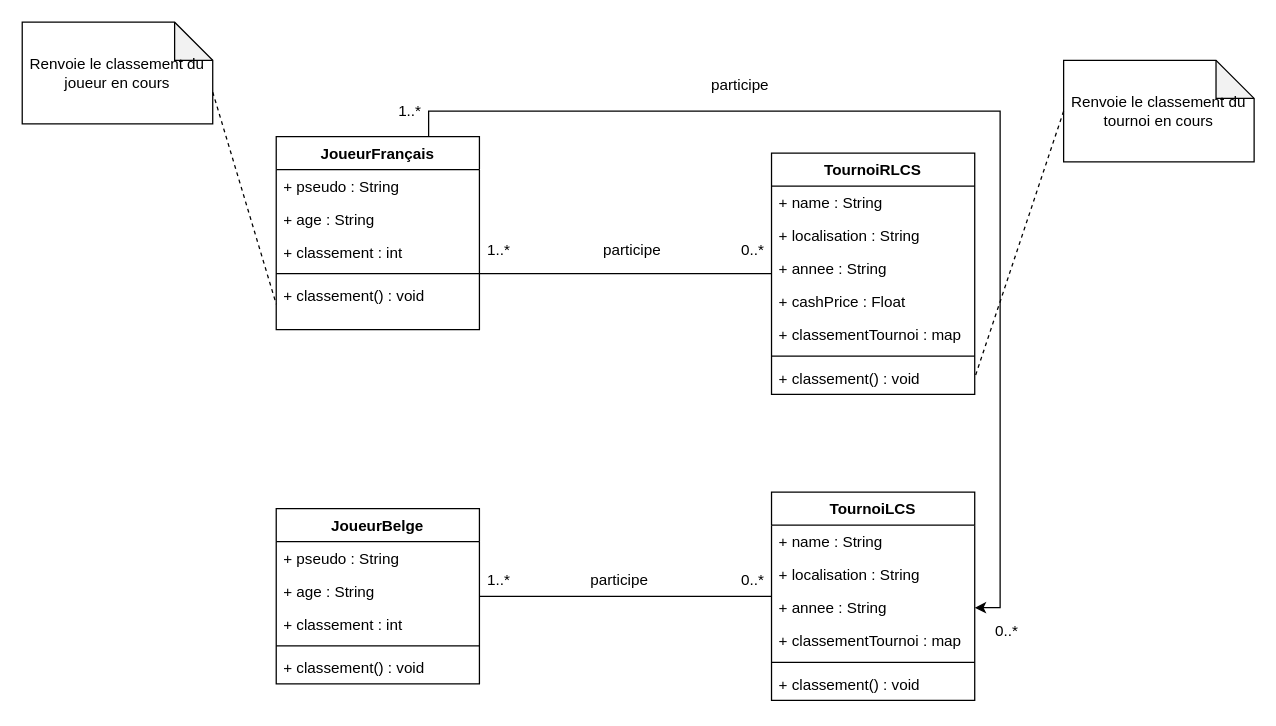
Earlier version of the draw.io diagram hai916i-uml-refactoring-simple.drawio (Beauget/HAI916I_TP_UML_Refactoring). Source tidied: cells renumbered, new cells numbered last; positions are measured from the earlier drawing's top-left corner, leaving out a move shared by most shapes. Both pictures are drawn from the tidied source at 127%, with x=0, y=0 at pixel (22, 22).
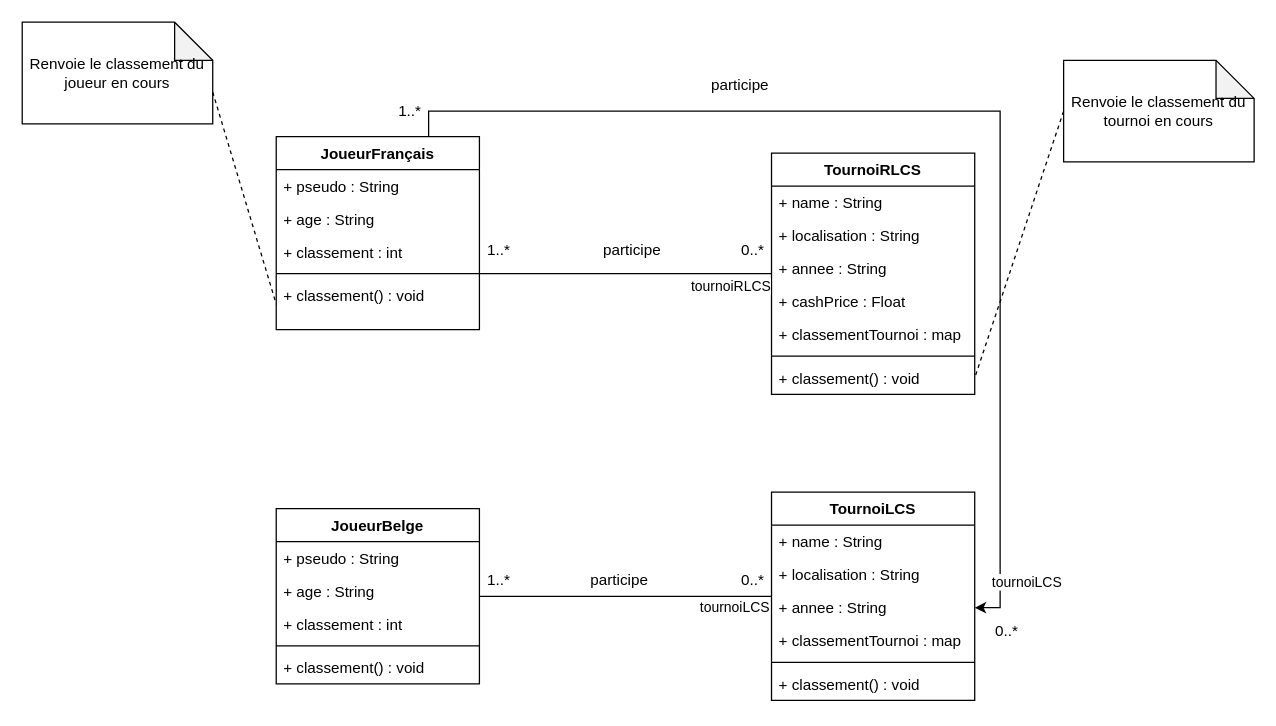
The same page after the edit.

Unchanged cells that the change refers to:
```xml
<mxCell id="2" style="edgeStyle=orthogonalEdgeStyle;rounded=0;jettySize=auto;html=1;exitX=0.75;exitY=0;exitDx=0;exitDy=0;entryX=1;entryY=0.5;entryDx=0;entryDy=0;" parent="1" edge="1" source="3" target="19">
  <mxGeometry relative="1" as="geometry" />
</mxCell>
<mxCell id="31" style="edgeStyle=orthogonalEdgeStyle;rounded=0;jettySize=auto;html=1;endArrow=none;endFill=0;" parent="1" edge="1" source="7" target="23">
  <mxGeometry relative="1" as="geometry" />
</mxCell>
```

What changed in the source:
```diff
@@
+    <mxCell id="45" value="tournoiLCS" style="edgeLabel;html=1;align=center;verticalAlign=middle;" parent="2" vertex="1">
+      <mxGeometry x="0.92" y="-1" relative="1" as="geometry">
+        <mxPoint x="21" y="-6" as="offset" />
+      </mxGeometry>
+    </mxCell>
@@
+    <mxCell id="46" value="tournoiRLCS" style="edgeLabel;html=1;align=center;verticalAlign=middle;" parent="31" vertex="1">
+      <mxGeometry x="0.71" y="-3" relative="1" as="geometry">
+        <mxPoint y="6" as="offset" />
+      </mxGeometry>
+    </mxCell>
@@
+    <mxCell id="47" value="tournoiLCS" style="edgeLabel;html=1;align=center;verticalAlign=middle;" parent="1" vertex="1">
+      <mxGeometry x="560" y="460" as="geometry" />
+    </mxCell>
```
